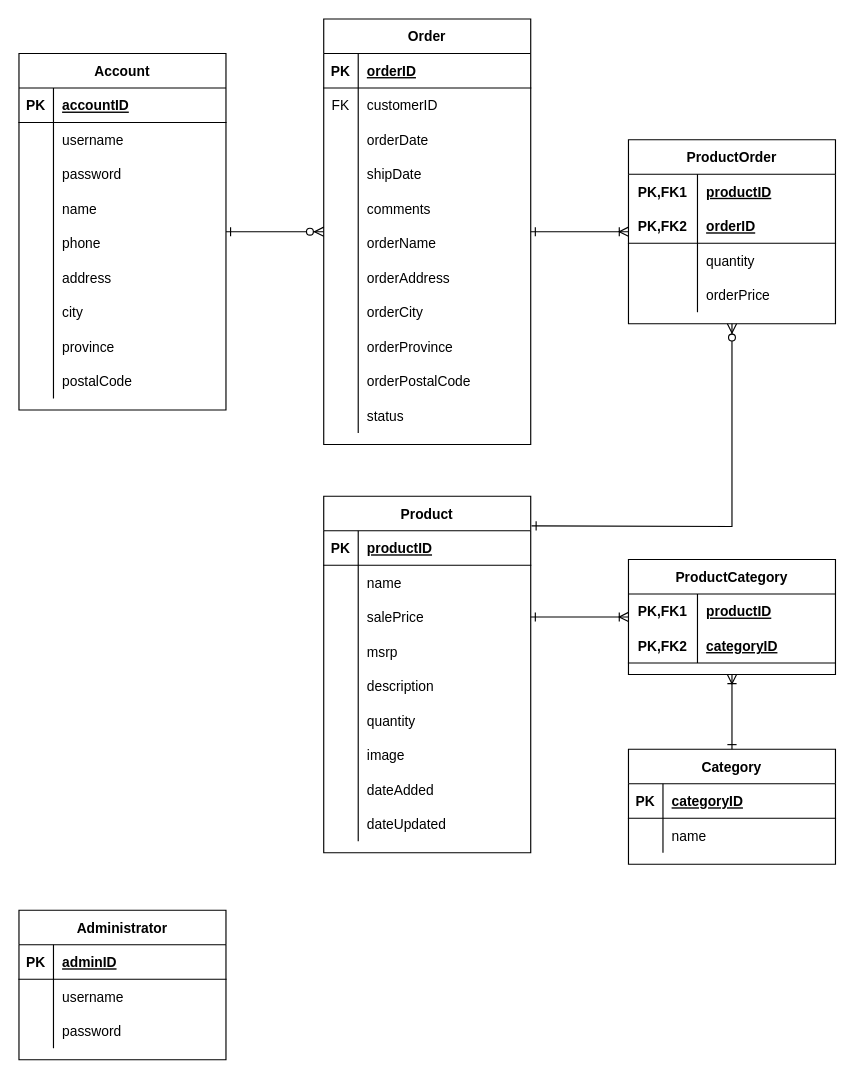
Before: AndroidsDungeonERD.drawio in oducut01/AndroidsDungeon, a draw.io diagram. Source tidied: cells renumbered, new cells numbered last; positions are measured from the earlier drawing's top-left corner, leaving out a move shared by most shapes. Both pictures are drawn from the tidied source at 115%, with x=0, y=0 at pixel (18, 18).
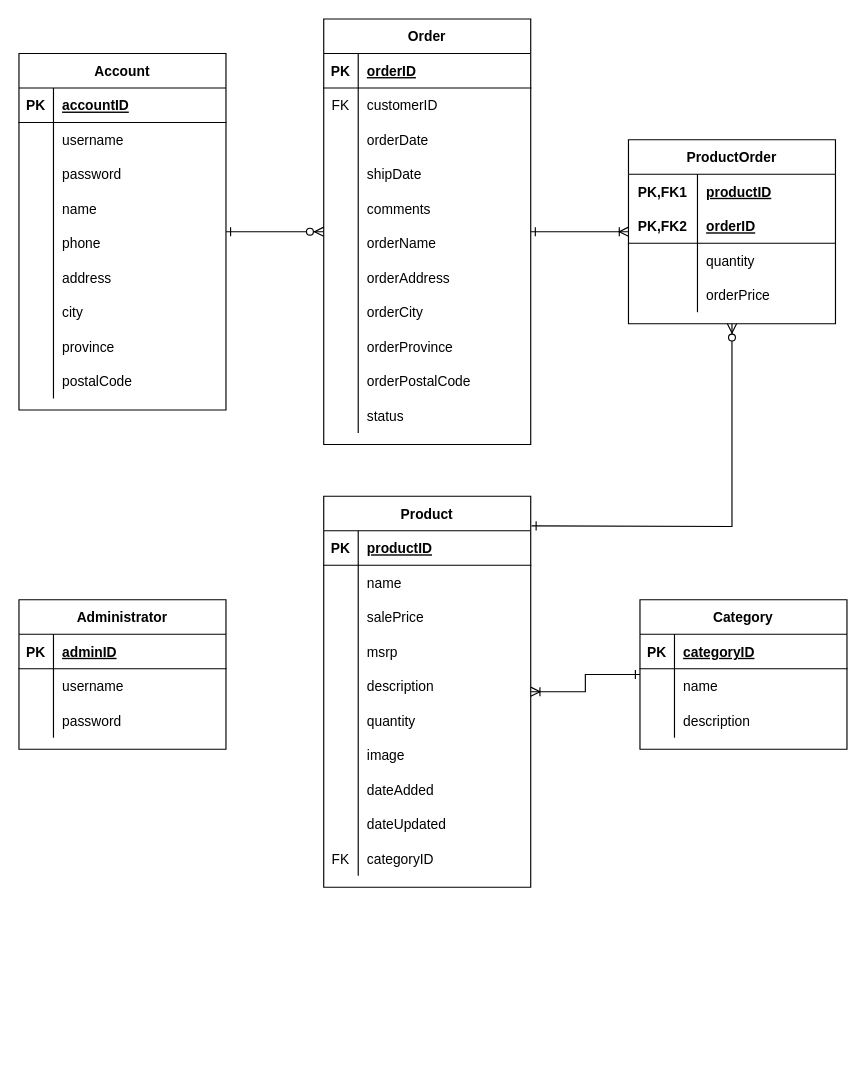
After the change.

Unchanged cells that the change refers to:
```xml
<mxCell id="37" style="shape=partialRectangle;fillColor=none;top=0;left=0;bottom=0;right=0;points=[[0,0.5],[1,0.5]];portConstraint=eastwest;" parent="30" vertex="1">
  <mxGeometry y="90" width="180" height="30" as="geometry" />
</mxCell>
```

The edit, as a diff of the source:
```diff
@@
     <mxCell id="30" value="Product" style="shape=table;startSize=30;childLayout=tableLayout;rowLines=0;fontStyle=1;align=center;" parent="1" vertex="1">
-      <mxGeometry x="265" y="415" width="180" height="310" as="geometry" />
+      <mxGeometry x="265" y="415" width="180" height="340" as="geometry" />
     </mxCell>
@@
+    <mxCell id="134" style="shape=partialRectangle;fillColor=none;top=0;left=0;bottom=0;right=0;" parent="30" vertex="1">
+      <mxGeometry y="300" width="180" height="30" as="geometry" />
+    </mxCell>
+    <mxCell id="135" value="FK" style="shape=partialRectangle;fillColor=none;top=0;left=0;bottom=0;right=0;fontStyle=0;overflow=hidden;" parent="134" vertex="1">
+      <mxGeometry width="30" height="30" as="geometry" />
+    </mxCell>
+    <mxCell id="71" value="categoryID" style="shape=partialRectangle;fillColor=none;top=0;left=0;bottom=0;right=0;align=left;spacingLeft=6;fontStyle=0;overflow=hidden;" parent="134" vertex="1">
+      <mxGeometry x="30" width="150" height="30" as="geometry" />
+    </mxCell>
     <mxCell id="58" value="Category" style="shape=table;startSize=30;childLayout=tableLayout;rowLines=0;fontStyle=1;align=center;" parent="1" vertex="1">
-      <mxGeometry x="530" y="635" width="180" height="100" as="geometry" />
+      <mxGeometry x="540" y="505" width="180" height="130" as="geometry" />
     </mxCell>
@@
-    <mxCell id="65" value="ProductCategory" style="shape=table;startSize=30;childLayout=tableLayout;rowLines=0;fontStyle=1;align=center;" parent="1" vertex="1">
-      <mxGeometry x="530" y="470" width="180" height="100" as="geometry" />
-    </mxCell>
-    <mxCell id="66" style="shape=partialRectangle;fillColor=none;top=0;left=0;bottom=0;right=0;" parent="65" vertex="1">
-      <mxGeometry y="30" width="180" height="30" as="geometry" />
-    </mxCell>
-    <mxCell id="67" value="PK,FK1" style="shape=partialRectangle;fillColor=none;top=0;left=0;bottom=0;right=0;fontStyle=1;overflow=hidden;" parent="66" vertex="1">
-      <mxGeometry width="60" height="30" as="geometry" />
-    </mxCell>
-    <mxCell id="68" value="productID" style="shape=partialRectangle;fillColor=none;top=0;left=0;bottom=0;right=0;align=left;spacingLeft=6;fontStyle=5;overflow=hidden;" parent="66" vertex="1">
-      <mxGeometry x="60" width="120" height="30" as="geometry" />
-    </mxCell>
-    <mxCell id="69" style="shape=partialRectangle;fillColor=none;top=0;left=0;bottom=1;right=0;" parent="65" vertex="1">
-      <mxGeometry y="60" width="180" height="30" as="geometry" />
-    </mxCell>
-    <mxCell id="70" value="PK,FK2" style="shape=partialRectangle;fillColor=none;top=0;left=0;bottom=0;right=0;fontStyle=1;overflow=hidden;" parent="69" vertex="1">
-      <mxGeometry width="60" height="30" as="geometry" />
-    </mxCell>
-    <mxCell id="71" value="categoryID" style="shape=partialRectangle;fillColor=none;top=0;left=0;bottom=0;right=0;align=left;spacingLeft=6;fontStyle=5;overflow=hidden;" parent="69" vertex="1">
-      <mxGeometry x="60" width="120" height="30" as="geometry" />
-    </mxCell>
+    <mxCell id="136" style="shape=partialRectangle;fillColor=none;top=0;left=0;bottom=0;right=0;" parent="58" vertex="1">
+      <mxGeometry y="90" width="180" height="30" as="geometry" />
+    </mxCell>
+    <mxCell id="137" style="shape=partialRectangle;fillColor=none;top=0;left=0;bottom=0;right=0;overflow=hidden;" parent="136" vertex="1">
+      <mxGeometry width="30" height="30" as="geometry" />
+    </mxCell>
+    <mxCell id="138" value="description" style="shape=partialRectangle;fillColor=none;top=0;left=0;bottom=0;right=0;align=left;spacingLeft=6;overflow=hidden;" parent="136" vertex="1">
+      <mxGeometry x="30" width="150" height="30" as="geometry" />
+    </mxCell>
@@
     <mxCell id="119" value="Administrator" style="shape=table;startSize=30;childLayout=tableLayout;rowLines=0;fontStyle=1;align=center;" parent="1" vertex="1">
-      <mxGeometry y="775" width="180" height="130" as="geometry" />
+      <mxGeometry y="505" width="180" height="130" as="geometry" />
     </mxCell>
@@
-    <mxCell id="132" style="edgeStyle=orthogonalEdgeStyle;fontSize=12;html=1;endArrow=ERoneToMany;endFill=0;startArrow=ERone;startFill=0;rounded=0;" parent="1" edge="1" source="37" target="65">
-      <mxGeometry relative="1" as="geometry" />
-    </mxCell>
-    <mxCell id="133" style="edgeStyle=orthogonalEdgeStyle;fontSize=12;html=1;endArrow=ERoneToMany;startArrow=ERone;startFill=0;rounded=0;" parent="1" edge="1" source="58" target="65">
+    <mxCell id="133" style="edgeStyle=orthogonalEdgeStyle;fontSize=12;html=1;endArrow=ERoneToMany;startArrow=ERone;startFill=0;rounded=0;" parent="1" edge="1" source="58" target="30">
       <mxGeometry relative="1" as="geometry" />
     </mxCell>
```
